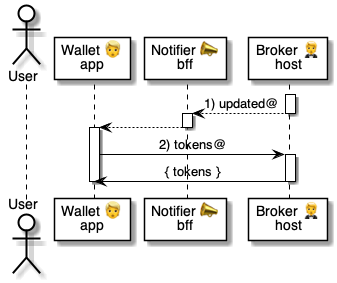
pollyweb-org/pollyweb-docs keeps this PlantUML diagram as 5 ⏩ Flows/10 🤵⏩ Brokers/.📎 Assets/⚙️🎫 Update tokens.png. Above is the earlier version. Its source is kept beside it as 5 ⏩ Flows/10 🤵⏩ Brokers/.📎 Assets/⚙️🎫 Update tokens.puml.
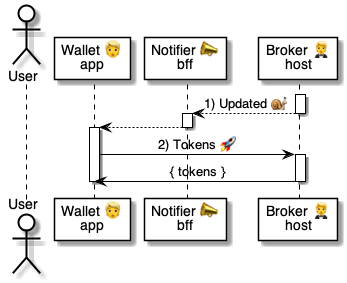
Later version of the same file.

Change to the diagram source:
```diff
@@ -9,7 +9,7 @@
 
 activate broker
 
-    broker --> notifier: 1) updated@
+    broker --> notifier: 1) Updated 🐌
 
 deactivate broker
 
@@ -18,7 +18,7 @@
 deactivate notifier
 
 activate wallet
-wallet -> broker: 2) tokens@
+wallet -> broker: 2) Tokens 🚀
 activate broker
     broker -> wallet: { tokens }
 deactivate broker
```
